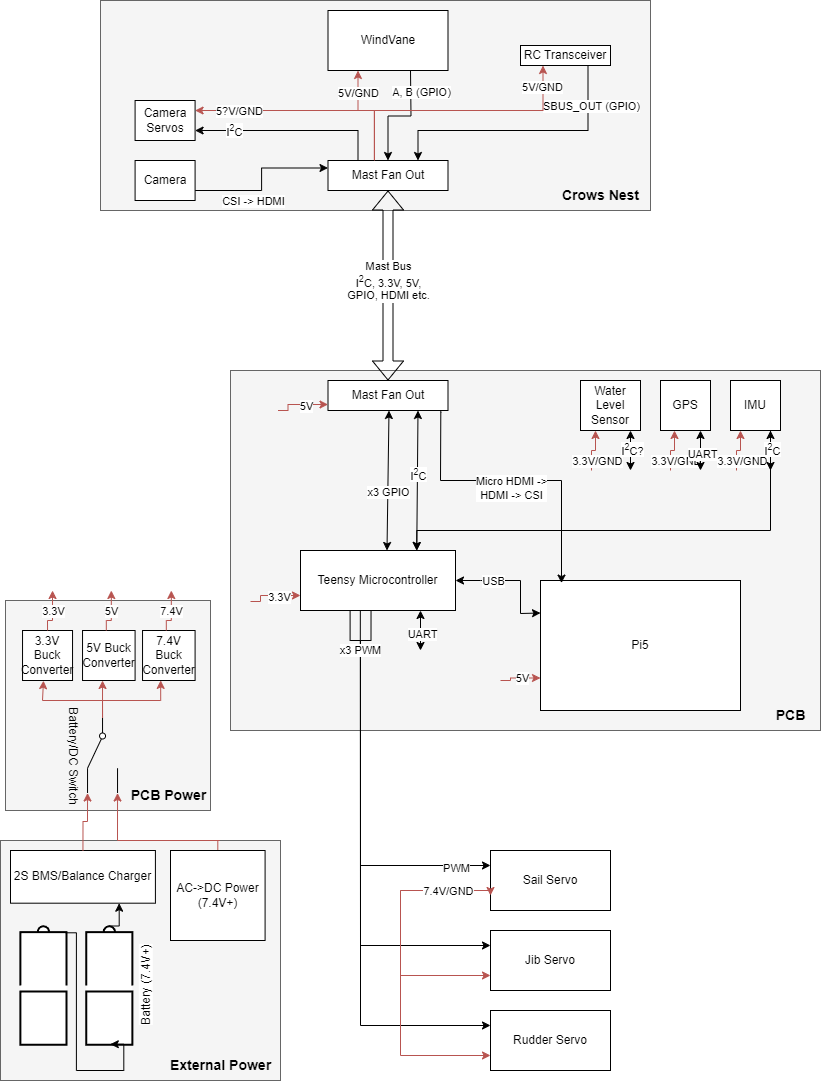
Above: docs/docs/assets/Circuit Diagram Mockup.drawio.png in PittSailbot/pittsailbot.github.io (draw.io), before the change. Source tidied: cells renumbered, new cells last; positions are measured from the earlier drawing's top-left corner, leaving out a move shared by most shapes.
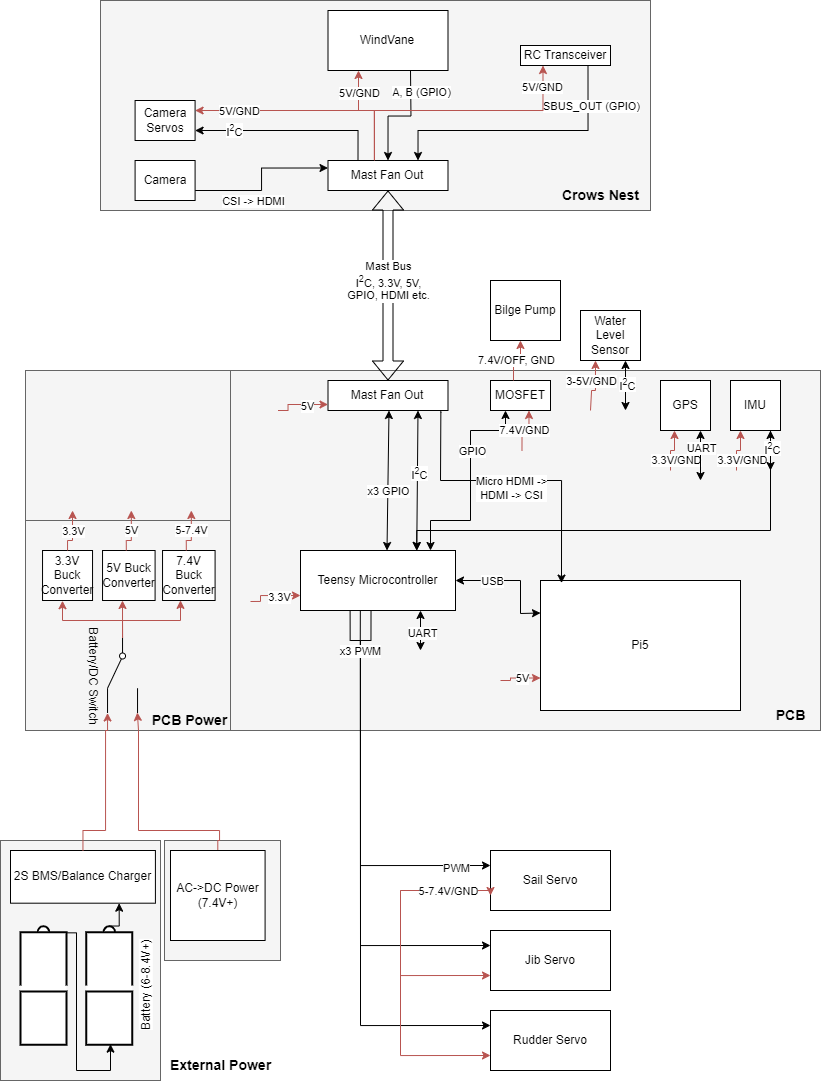
Above is the later version.

Commit message:
Update electronics diagram

Change to the diagram source:
```diff
@@ -2,6 +2,12 @@
   <root>
     <mxCell id="0" />
     <mxCell id="1" parent="0" />
+    <mxCell id="100" style="rounded=0;whiteSpace=wrap;html=1;glass=0;shadow=0;fillColor=#f5f5f5;fontColor=#333333;strokeColor=#666666;" parent="1" vertex="1">
+      <mxGeometry x="41" y="370" width="205" height="150" as="geometry" />
+    </mxCell>
+    <mxCell id="101" style="rounded=0;whiteSpace=wrap;html=1;glass=0;shadow=0;fillColor=#f5f5f5;fontColor=#333333;strokeColor=#666666;" parent="1" vertex="1">
+      <mxGeometry x="180" y="840" width="116" height="120" as="geometry" />
+    </mxCell>
     <mxCell id="2" style="rounded=0;whiteSpace=wrap;html=1;glass=0;shadow=0;fillColor=#f5f5f5;fontColor=#333333;strokeColor=#666666;" parent="1" vertex="1">
       <mxGeometry x="116" width="550" height="210" as="geometry" />
     </mxCell>
@@ -12,7 +18,7 @@
       <mxGeometry x="781" y="700" width="50" height="30" as="geometry" />
     </mxCell>
     <mxCell id="5" style="rounded=0;whiteSpace=wrap;html=1;glass=0;shadow=0;fillColor=#f5f5f5;fontColor=#333333;strokeColor=#666666;" parent="1" vertex="1">
-      <mxGeometry x="21" y="600" width="205" height="210" as="geometry" />
+      <mxGeometry x="41" y="520" width="205" height="210" as="geometry" />
     </mxCell>
     <mxCell id="6" style="edgeStyle=orthogonalEdgeStyle;rounded=0;jettySize=auto;html=1;exitX=0.32;exitY=0.99;exitDx=0;exitDy=0;entryX=0;entryY=0.25;entryDx=0;entryDy=0;exitPerimeter=0;" parent="1" edge="1" source="11" target="37">
       <mxGeometry relative="1" as="geometry">
@@ -105,17 +111,18 @@
       <mxGeometry x="26" y="850" width="270" height="240" as="geometry" />
     </mxCell>
     <mxCell id="24" style="rounded=0;whiteSpace=wrap;html=1;glass=0;shadow=0;fillColor=#f5f5f5;fontColor=#333333;strokeColor=#666666;" parent="23" vertex="1">
-      <mxGeometry x="-10" y="-10" width="280" height="240" as="geometry" />
+      <mxGeometry x="-10" y="-10" width="160" height="240" as="geometry" />
     </mxCell>
-    <mxCell id="25" value="Battery (7.4V+)" style="html=1;verticalLabelPosition=bottom;align=center;labelBackgroundColor=#ffffff;verticalAlign=top;strokeWidth=2;strokeColor=#000000;shadow=0;dashed=0;shape=mxgraph.ios7.icons.battery;rotation=-90;" parent="23" vertex="1">
+    <mxCell id="25" value="Battery (6-8.4V+)" style="html=1;verticalLabelPosition=bottom;align=center;labelBackgroundColor=#ffffff;verticalAlign=top;strokeWidth=2;strokeColor=#000000;shadow=0;dashed=0;shape=mxgraph.ios7.icons.battery;rotation=-90;fontSize=12;" parent="23" vertex="1">
       <mxGeometry x="39.5" y="112" width="118.6" height="46.1" as="geometry" />
     </mxCell>
     <mxCell id="26" style="edgeStyle=orthogonalEdgeStyle;rounded=0;jettySize=auto;html=1;exitX=0.945;exitY=0.475;exitDx=0;exitDy=0;exitPerimeter=0;entryX=0.005;entryY=0.522;entryDx=0;entryDy=0;entryPerimeter=0;shadow=0;" parent="23" edge="1" source="28" target="25">
       <mxGeometry relative="1" as="geometry">
         <Array as="points">
-          <mxPoint x="65.9" y="83" />
-          <mxPoint x="65.9" y="220" />
-          <mxPoint x="113.3" y="220" />
+          <mxPoint x="66" y="82" />
+          <mxPoint x="66" y="220" />
+          <mxPoint x="100" y="220" />
+          <mxPoint x="100" y="194" />
         </Array>
       </mxGeometry>
     </mxCell>
@@ -146,7 +153,7 @@
       </mxGeometry>
     </mxCell>
     <mxCell id="33" value="3.3V Buck Converter" style="rounded=0;whiteSpace=wrap;html=1;" parent="1" vertex="1">
-      <mxGeometry x="38" y="630" width="50" height="50" as="geometry" />
+      <mxGeometry x="58" y="550" width="50" height="50" as="geometry" />
     </mxCell>
     <mxCell id="34" style="edgeStyle=orthogonalEdgeStyle;rounded=0;jettySize=auto;html=1;entryX=0;entryY=0.75;entryDx=0;entryDy=0;fillColor=#f8cecc;strokeColor=#b85450;" parent="1" edge="1" target="22">
       <mxGeometry relative="1" as="geometry">
@@ -163,7 +170,7 @@
       </mxGeometry>
     </mxCell>
     <mxCell id="36" value="5V Buck Converter" style="rounded=0;whiteSpace=wrap;html=1;" parent="1" vertex="1">
-      <mxGeometry x="98" y="630" width="52.5" height="50" as="geometry" />
+      <mxGeometry x="118" y="550" width="52.5" height="50" as="geometry" />
     </mxCell>
     <mxCell id="37" value="Sail Servo" style="rounded=0;whiteSpace=wrap;html=1;" parent="1" vertex="1">
       <mxGeometry x="506" y="850" width="120" height="60" as="geometry" />
@@ -177,26 +184,26 @@
     <mxCell id="40" style="edgeStyle=orthogonalEdgeStyle;rounded=0;jettySize=auto;html=1;exitX=0;exitY=0.5;exitDx=0;exitDy=0;entryX=0.419;entryY=1.003;entryDx=0;entryDy=0;entryPerimeter=0;strokeColor=#b85450;fillColor=#f8cecc;" parent="1" edge="1" source="51" target="33">
       <mxGeometry relative="1" as="geometry">
         <Array as="points">
-          <mxPoint x="118" y="700" />
-          <mxPoint x="58" y="700" />
-          <mxPoint x="58" y="680" />
+          <mxPoint x="138" y="620" />
+          <mxPoint x="78" y="620" />
+          <mxPoint x="78" y="600" />
         </Array>
       </mxGeometry>
     </mxCell>
     <mxCell id="41" style="edgeStyle=orthogonalEdgeStyle;rounded=0;jettySize=auto;html=1;exitX=0;exitY=0.5;exitDx=0;exitDy=0;strokeColor=#b85450;fillColor=#f8cecc;" parent="1" edge="1" source="51">
       <mxGeometry relative="1" as="geometry">
-        <mxPoint x="118" y="680" as="targetPoint" />
+        <mxPoint x="138" y="600" as="targetPoint" />
         <Array as="points">
-          <mxPoint x="118" y="680" />
+          <mxPoint x="138" y="600" />
         </Array>
       </mxGeometry>
     </mxCell>
     <mxCell id="42" style="edgeStyle=orthogonalEdgeStyle;rounded=0;jettySize=auto;html=1;entryX=0.345;entryY=0.998;entryDx=0;entryDy=0;exitX=0;exitY=0.5;exitDx=0;exitDy=0;entryPerimeter=0;strokeColor=#b85450;fillColor=#f8cecc;" parent="1" edge="1" source="51" target="47">
       <mxGeometry relative="1" as="geometry">
         <Array as="points">
-          <mxPoint x="118" y="700" />
-          <mxPoint x="176" y="700" />
-          <mxPoint x="176" y="680" />
+          <mxPoint x="138" y="620" />
+          <mxPoint x="196" y="620" />
+          <mxPoint x="196" y="600" />
         </Array>
       </mxGeometry>
     </mxCell>
@@ -208,7 +215,7 @@
         </Array>
       </mxGeometry>
     </mxCell>
-    <mxCell id="44" value="7.4V/GND" style="edgeLabel;html=1;align=center;verticalAlign=middle;" parent="43" vertex="1">
+    <mxCell id="44" value="5-7.4V/GND" style="edgeLabel;html=1;align=center;verticalAlign=middle;" parent="43" vertex="1">
       <mxGeometry x="0.75" relative="1" as="geometry">
         <mxPoint x="-36" as="offset" />
       </mxGeometry>
@@ -230,21 +237,27 @@
       </mxGeometry>
     </mxCell>
     <mxCell id="47" value="7.4V Buck Converter" style="rounded=0;whiteSpace=wrap;html=1;" parent="1" vertex="1">
-      <mxGeometry x="158" y="630" width="52.5" height="50" as="geometry" />
+      <mxGeometry x="178" y="550" width="52.5" height="50" as="geometry" />
     </mxCell>
     <mxCell id="48" style="edgeStyle=orthogonalEdgeStyle;rounded=0;jettySize=auto;html=1;exitX=0.5;exitY=0;exitDx=0;exitDy=0;entryX=1;entryY=1;entryDx=0;entryDy=0;strokeColor=#b85450;fillColor=#f8cecc;" parent="1" edge="1" source="27" target="51">
       <mxGeometry relative="1" as="geometry">
         <Array as="points">
-          <mxPoint x="99" y="821" />
-          <mxPoint x="103" y="821" />
+          <mxPoint x="99" y="830" />
+          <mxPoint x="121" y="830" />
+          <mxPoint x="121" y="730" />
+          <mxPoint x="123" y="730" />
         </Array>
       </mxGeometry>
     </mxCell>
-    <mxCell id="49" style="edgeStyle=orthogonalEdgeStyle;rounded=0;jettySize=auto;html=1;exitX=0.5;exitY=0;exitDx=0;exitDy=0;entryX=1;entryY=0;entryDx=0;entryDy=0;fontColor=#000000;strokeColor=#b85450;fillColor=#f8cecc;" parent="1" edge="1" source="50" target="51">
+    <mxCell id="49" style="edgeStyle=orthogonalEdgeStyle;rounded=0;jettySize=auto;html=1;exitX=0.5;exitY=0;exitDx=0;exitDy=0;fontColor=#000000;strokeColor=#b85450;fillColor=#f8cecc;entryX=0.993;entryY=0.006;entryDx=0;entryDy=0;entryPerimeter=0;" parent="1" edge="1" source="50" target="51">
       <mxGeometry relative="1" as="geometry">
         <Array as="points">
+          <mxPoint x="233" y="840" />
           <mxPoint x="235" y="840" />
-          <mxPoint x="131" y="840" />
+          <mxPoint x="235" y="830" />
+          <mxPoint x="154" y="830" />
+          <mxPoint x="154" y="730" />
+          <mxPoint x="153" y="730" />
         </Array>
       </mxGeometry>
     </mxCell>
@@ -252,7 +265,7 @@
       <mxGeometry x="186" y="850" width="94.6" height="90" as="geometry" />
     </mxCell>
     <mxCell id="51" value="&lt;font&gt;Battery/DC Switch&lt;/font&gt;" style="verticalLabelPosition=bottom;shadow=0;dashed=0;align=center;html=1;verticalAlign=top;shape=mxgraph.electrical.electro-mechanical.twoWayContact2;elSwitchState=2;rotation=90;" parent="1" vertex="1">
-      <mxGeometry x="80.5" y="740" width="75" height="30" as="geometry" />
+      <mxGeometry x="100.5" y="660" width="75" height="30" as="geometry" />
     </mxCell>
     <mxCell id="52" style="shape=flexArrow;endArrow=classic;startArrow=classic;html=1;rounded=0;entryX=0.5;entryY=1;entryDx=0;entryDy=0;exitX=0.5;exitY=0;exitDx=0;exitDy=0;" parent="1" edge="1" source="18" target="63">
       <mxGeometry relative="1" as="geometry" />
@@ -288,7 +301,7 @@
       <mxGeometry x="150.6" y="100" width="60" height="40" as="geometry" />
     </mxCell>
     <mxCell id="60" value="Water Level Sensor" style="rounded=0;whiteSpace=wrap;html=1;" parent="1" vertex="1">
-      <mxGeometry x="596" y="380" width="60" height="50" as="geometry" />
+      <mxGeometry x="596" y="310" width="60" height="50" as="geometry" />
     </mxCell>
     <mxCell id="61" style="edgeStyle=orthogonalEdgeStyle;rounded=0;jettySize=auto;html=1;exitX=0.25;exitY=0;exitDx=0;exitDy=0;entryX=1;entryY=0.75;entryDx=0;entryDy=0;" parent="1" edge="1" source="63" target="59">
       <mxGeometry relative="1" as="geometry" />
@@ -337,10 +350,10 @@
     </mxCell>
     <mxCell id="70" style="edgeStyle=orthogonalEdgeStyle;rounded=0;jettySize=auto;html=1;fillColor=#f8cecc;strokeColor=#b85450;exitX=0.5;exitY=0;exitDx=0;exitDy=0;" parent="1" edge="1" source="33">
       <mxGeometry relative="1" as="geometry">
-        <mxPoint x="68" y="590" as="targetPoint" />
+        <mxPoint x="88" y="510" as="targetPoint" />
         <Array as="points">
-          <mxPoint x="63" y="620" />
-          <mxPoint x="68" y="620" />
+          <mxPoint x="83" y="540" />
+          <mxPoint x="88" y="540" />
         </Array>
       </mxGeometry>
     </mxCell>
@@ -351,11 +364,11 @@
     </mxCell>
     <mxCell id="72" style="edgeStyle=orthogonalEdgeStyle;rounded=0;orthogonalLoop=1;jettySize=auto;html=1;fillColor=#f8cecc;strokeColor=#b85450;exitX=0.5;exitY=0;exitDx=0;exitDy=0;" parent="1" edge="1">
       <mxGeometry relative="1" as="geometry">
-        <mxPoint x="121.8" y="630" as="sourcePoint" />
-        <mxPoint x="126.8" y="590" as="targetPoint" />
+        <mxPoint x="141.8" y="550" as="sourcePoint" />
+        <mxPoint x="146.8" y="510" as="targetPoint" />
         <Array as="points">
-          <mxPoint x="121.8" y="620" />
-          <mxPoint x="126.8" y="620" />
+          <mxPoint x="141.8" y="540" />
+          <mxPoint x="146.8" y="540" />
         </Array>
       </mxGeometry>
     </mxCell>
@@ -366,31 +379,31 @@
     </mxCell>
     <mxCell id="74" style="edgeStyle=orthogonalEdgeStyle;rounded=0;orthogonalLoop=1;jettySize=auto;html=1;fillColor=#f8cecc;strokeColor=#b85450;exitX=0.5;exitY=0;exitDx=0;exitDy=0;" parent="1" edge="1">
       <mxGeometry relative="1" as="geometry">
-        <mxPoint x="181.8" y="630" as="sourcePoint" />
-        <mxPoint x="186.8" y="590" as="targetPoint" />
+        <mxPoint x="201.8" y="550" as="sourcePoint" />
+        <mxPoint x="206.8" y="510" as="targetPoint" />
         <Array as="points">
-          <mxPoint x="181.8" y="620" />
-          <mxPoint x="186.8" y="620" />
+          <mxPoint x="201.8" y="540" />
+          <mxPoint x="206.8" y="540" />
         </Array>
       </mxGeometry>
     </mxCell>
-    <mxCell id="75" value="7.4V" style="edgeLabel;html=1;align=center;verticalAlign=middle;" parent="74" vertex="1">
+    <mxCell id="75" value="5-7.4V" style="edgeLabel;html=1;align=center;verticalAlign=middle;" parent="74" vertex="1">
       <mxGeometry x="0.75" y="-1" relative="1" as="geometry">
         <mxPoint x="-1" y="14" as="offset" />
       </mxGeometry>
     </mxCell>
     <mxCell id="76" style="edgeStyle=orthogonalEdgeStyle;rounded=0;jettySize=auto;html=1;entryX=0.25;entryY=1;entryDx=0;entryDy=0;fillColor=#f8cecc;strokeColor=#b85450;" parent="1" edge="1" target="60">
       <mxGeometry relative="1" as="geometry">
-        <mxPoint x="607" y="470" as="sourcePoint" />
+        <mxPoint x="606" y="410" as="sourcePoint" />
         <Array as="points">
-          <mxPoint x="607" y="450" />
-          <mxPoint x="611" y="450" />
+          <mxPoint x="607" y="390" />
+          <mxPoint x="611" y="390" />
         </Array>
       </mxGeometry>
     </mxCell>
-    <mxCell id="77" value="3.3V/GND" style="edgeLabel;html=1;align=center;verticalAlign=middle;" parent="76" vertex="1">
+    <mxCell id="77" value="3-5V/GND" style="edgeLabel;html=1;align=center;verticalAlign=middle;" parent="76" vertex="1">
       <mxGeometry x="0.88" y="-1" relative="1" as="geometry">
-        <mxPoint y="27" as="offset" />
+        <mxPoint x="-6" y="17" as="offset" />
       </mxGeometry>
     </mxCell>
     <mxCell id="78" style="endArrow=classic;startArrow=classic;html=1;rounded=0;exitX=0.75;exitY=0;exitDx=0;exitDy=0;" parent="1" edge="1">
@@ -405,7 +418,7 @@
       </mxGeometry>
     </mxCell>
     <mxCell id="80" value="&lt;b&gt;&lt;font style=&quot;font-size: 14px;&quot;&gt;PCB Power&lt;/font&gt;&lt;/b&gt;" style="text;html=1;align=center;verticalAlign=middle;strokeColor=none;fillColor=none;" parent="1" vertex="1">
-      <mxGeometry x="134.3" y="780" width="100" height="30" as="geometry" />
+      <mxGeometry x="156" y="710" width="98.3" height="20" as="geometry" />
     </mxCell>
     <mxCell id="81" value="&lt;b&gt;&lt;font style=&quot;font-size: 14px;&quot;&gt;Crows Nest&lt;/font&gt;&lt;/b&gt;" style="text;html=1;align=center;verticalAlign=middle;strokeColor=none;fillColor=none;" parent="1" vertex="1">
       <mxGeometry x="566" y="180" width="100" height="30" as="geometry" />
@@ -417,7 +430,7 @@
         </Array>
       </mxGeometry>
     </mxCell>
-    <mxCell id="83" value="5?V/GND" style="edgeLabel;html=1;align=center;verticalAlign=middle;" parent="82" vertex="1">
+    <mxCell id="83" value="5V/GND" style="edgeLabel;html=1;align=center;verticalAlign=middle;" parent="82" vertex="1">
       <mxGeometry x="0.88" y="-1" relative="1" as="geometry">
         <mxPoint x="31" y="1" as="offset" />
       </mxGeometry>
@@ -483,13 +496,13 @@
     </mxCell>
     <mxCell id="92" style="endArrow=classic;startArrow=classic;html=1;rounded=0;" parent="1" edge="1">
       <mxGeometry relative="1" as="geometry">
-        <mxPoint x="716" y="470" as="sourcePoint" />
+        <mxPoint x="716" y="480" as="sourcePoint" />
         <mxPoint x="716" y="430" as="targetPoint" />
       </mxGeometry>
     </mxCell>
     <mxCell id="93" value="UART" style="edgeLabel;html=1;align=center;verticalAlign=middle;" parent="92" vertex="1">
       <mxGeometry x="0.11" y="-1" relative="1" as="geometry">
-        <mxPoint y="5" as="offset" />
+        <mxPoint x="-1" y="-6" as="offset" />
       </mxGeometry>
     </mxCell>
     <mxCell id="94" style="endArrow=classic;startArrow=classic;html=1;rounded=0;exitX=0.75;exitY=0;exitDx=0;exitDy=0;" parent="1" edge="1">
@@ -512,14 +525,64 @@
         <mxPoint y="18" as="offset" />
       </mxGeometry>
     </mxCell>
-    <mxCell id="98" style="endArrow=classic;startArrow=classic;html=1;rounded=0;exitX=0.75;exitY=0;exitDx=0;exitDy=0;" parent="1" edge="1">
+    <mxCell id="98" style="endArrow=classic;startArrow=classic;html=1;rounded=0;entryX=0.75;entryY=1;entryDx=0;entryDy=0;" parent="1" edge="1" target="60">
       <mxGeometry relative="1" as="geometry">
-        <mxPoint x="646" y="470" as="sourcePoint" />
-        <mxPoint x="646" y="430" as="targetPoint" />
+        <mxPoint x="641" y="410" as="sourcePoint" />
       </mxGeometry>
     </mxCell>
-    <mxCell id="99" value="I&lt;sup&gt;2&lt;/sup&gt;C?" style="edgeLabel;html=1;align=center;verticalAlign=middle;" parent="98" vertex="1">
+    <mxCell id="99" value="I&lt;sup&gt;2&lt;/sup&gt;C" style="edgeLabel;html=1;align=center;verticalAlign=middle;" parent="98" vertex="1">
       <mxGeometry x="0.11" y="-1" relative="1" as="geometry" />
     </mxCell>
+    <mxCell id="102" value="Bilge Pump" style="rounded=0;whiteSpace=wrap;html=1;" parent="1" vertex="1">
+      <mxGeometry x="506" y="280" width="70" height="60" as="geometry" />
+    </mxCell>
+    <mxCell id="103" value="MOSFET" style="rounded=0;whiteSpace=wrap;html=1;" parent="1" vertex="1">
+      <mxGeometry x="506" y="380" width="60" height="30" as="geometry" />
+    </mxCell>
+    <mxCell id="104" style="endArrow=classic;startArrow=classic;html=1;rounded=0;entryX=0.25;entryY=1;entryDx=0;entryDy=0;exitX=0.75;exitY=0;exitDx=0;exitDy=0;" parent="1" edge="1" target="103">
+      <mxGeometry relative="1" as="geometry">
+        <mxPoint x="446" y="550" as="sourcePoint" />
+        <Array as="points">
+          <mxPoint x="446" y="520" />
+          <mxPoint x="486" y="520" />
+          <mxPoint x="486" y="430" />
+          <mxPoint x="521" y="430" />
+        </Array>
+      </mxGeometry>
+    </mxCell>
+    <mxCell id="105" value="GPIO" style="edgeLabel;html=1;align=center;verticalAlign=middle;" parent="104" vertex="1">
+      <mxGeometry x="0.11" y="-1" relative="1" as="geometry">
+        <mxPoint y="-21" as="offset" />
+      </mxGeometry>
+    </mxCell>
+    <mxCell id="106" style="edgeStyle=orthogonalEdgeStyle;rounded=0;orthogonalLoop=1;jettySize=auto;html=1;entryX=0.383;entryY=0.998;entryDx=0;entryDy=0;fillColor=#f8cecc;strokeColor=#b85450;entryPerimeter=0;" parent="1" edge="1">
+      <mxGeometry relative="1" as="geometry">
+        <mxPoint x="537.5" y="450" as="sourcePoint" />
+        <mxPoint x="544.5" y="410" as="targetPoint" />
+        <Array as="points">
+          <mxPoint x="537.5" y="430" />
+        </Array>
+      </mxGeometry>
+    </mxCell>
+    <mxCell id="107" value="7.4V/GND" style="edgeLabel;html=1;align=center;verticalAlign=middle;" parent="106" vertex="1">
+      <mxGeometry x="0.88" y="-1" relative="1" as="geometry">
+        <mxPoint x="-6" y="17" as="offset" />
+      </mxGeometry>
+    </mxCell>
+    <mxCell id="108" style="edgeStyle=orthogonalEdgeStyle;rounded=0;orthogonalLoop=1;jettySize=auto;html=1;entryX=0.383;entryY=0.998;entryDx=0;entryDy=0;fillColor=#f8cecc;strokeColor=#b85450;entryPerimeter=0;" parent="1" edge="1">
+      <mxGeometry relative="1" as="geometry">
+        <mxPoint x="529" y="380" as="sourcePoint" />
+        <mxPoint x="536" y="340" as="targetPoint" />
+        <Array as="points">
+          <mxPoint x="529.5" y="360" />
+          <mxPoint x="535.5" y="360" />
+        </Array>
+      </mxGeometry>
+    </mxCell>
+    <mxCell id="109" value="7.4V/OFF, GND" style="edgeLabel;html=1;align=center;verticalAlign=middle;" parent="108" vertex="1">
+      <mxGeometry x="0.88" y="-1" relative="1" as="geometry">
+        <mxPoint x="-6" y="17" as="offset" />
+      </mxGeometry>
+    </mxCell>
   </root>
 </mxGraphModel>
```
